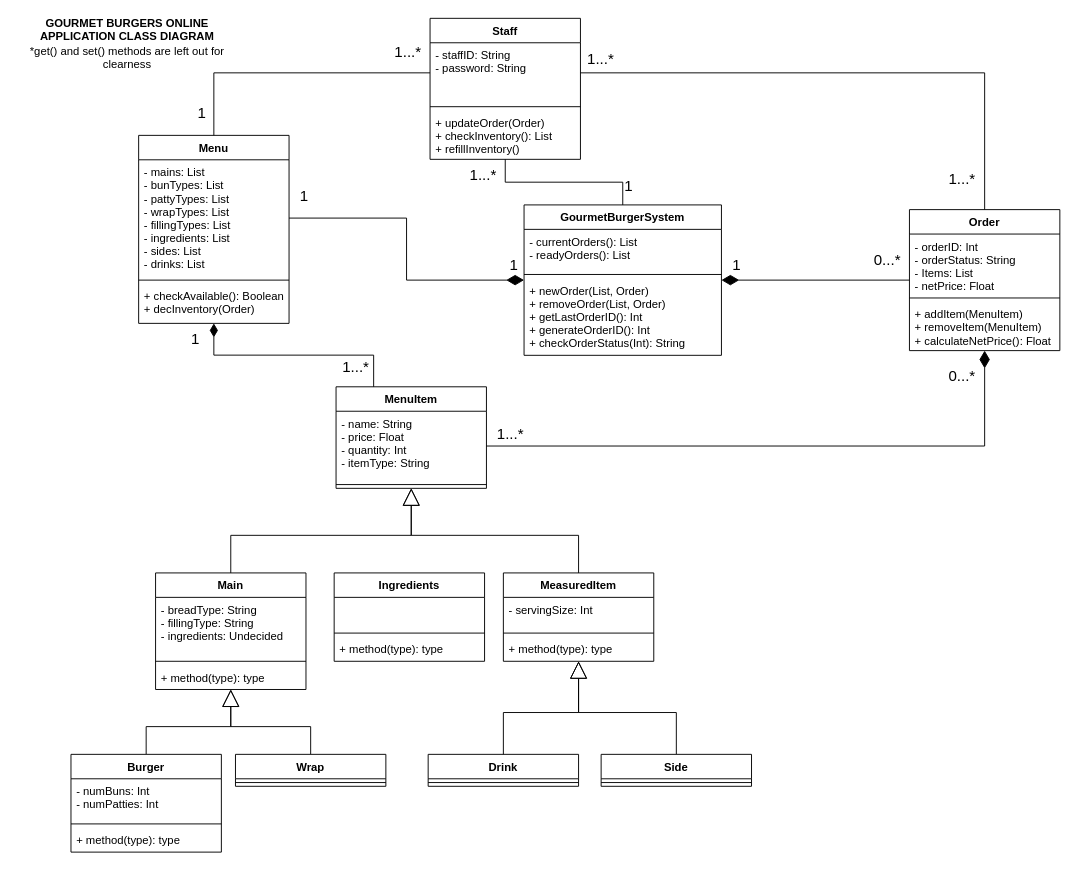
houdeanie/c1531-Burger-site keeps this draw.io diagram as docs/GourmetBurgersClassDiagram.drawio. Above is the earlier version. Source tidied: cells renumbered, new cells numbered last; positions are measured from the earlier drawing's top-left corner, leaving out a move shared by most shapes. Both pictures are drawn from the tidied source at 94%, with x=0, y=0 at pixel (16, 18).
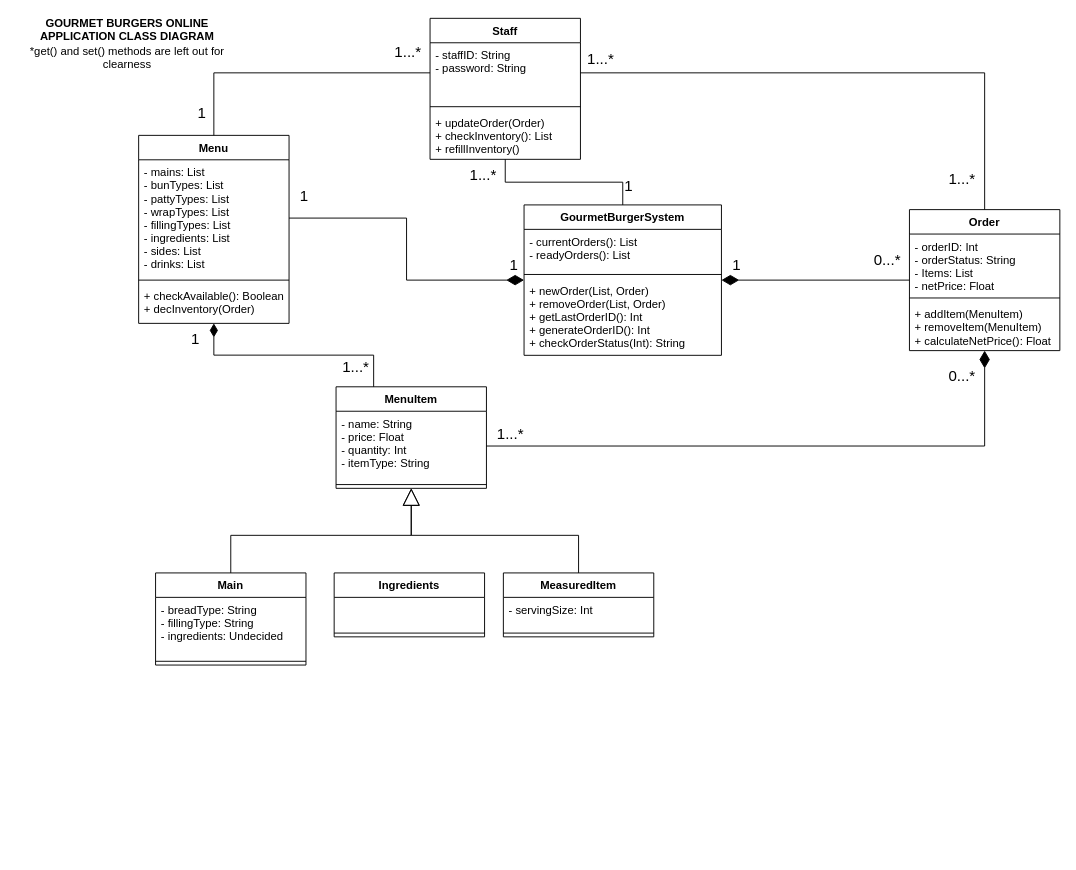
After the change.

Commit message:
modified class diagram. Simplified menu items

The change refers to these unchanged cells:
```xml
<mxCell id="43" style="group;" parent="1" vertex="1">
  <mxGeometry x="58" y="515" width="724" height="372" as="geometry" />
</mxCell>
```

Diff of the diagram source:
```diff
@@
     <mxCell id="44" value="Main" style="swimlane;fontStyle=1;align=center;verticalAlign=top;horizontal=1;startSize=26;" parent="43" vertex="1">
-      <mxGeometry x="90" y="75" width="160" height="124" as="geometry" />
+      <mxGeometry x="90" y="75" width="160" height="98" as="geometry" />
     </mxCell>
@@
-    <mxCell id="47" value="+ method(type): type" style="text;strokeColor=none;fillColor=none;align=left;verticalAlign=top;spacingLeft=4;spacingRight=4;overflow=hidden;" parent="44" vertex="1">
-      <mxGeometry y="98" width="160" height="26" as="geometry" />
-    </mxCell>
-    <mxCell id="48" style="edgeStyle=orthogonalEdgeStyle;rounded=0;jettySize=auto;html=1;startArrow=none;startFill=0;endArrow=block;endFill=0;endSize=16;strokeWidth=1;" parent="43" edge="1" source="49" target="44">
-      <mxGeometry relative="1" as="geometry" />
-    </mxCell>
-    <mxCell id="49" value="Burger" style="swimlane;fontStyle=1;align=center;verticalAlign=top;horizontal=1;startSize=26;" parent="43" vertex="1">
-      <mxGeometry y="268" width="160" height="104" as="geometry" />
-    </mxCell>
-    <mxCell id="50" value="- numBuns: Int &#10;- numPatties: Int&#10;" style="text;strokeColor=none;fillColor=none;align=left;verticalAlign=top;spacingLeft=4;spacingRight=4;overflow=hidden;" parent="49" vertex="1">
-      <mxGeometry y="26" width="160" height="44" as="geometry" />
-    </mxCell>
-    <mxCell id="51" style="line;strokeWidth=1;fillColor=none;align=left;verticalAlign=middle;spacingTop=-1;spacingLeft=3;spacingRight=3;labelPosition=right;" parent="49" vertex="1">
-      <mxGeometry y="70" width="160" height="8" as="geometry" />
-    </mxCell>
-    <mxCell id="52" value="+ method(type): type" style="text;strokeColor=none;fillColor=none;align=left;verticalAlign=top;spacingLeft=4;spacingRight=4;overflow=hidden;" parent="49" vertex="1">
-      <mxGeometry y="78" width="160" height="26" as="geometry" />
-    </mxCell>
-    <mxCell id="53" style="edgeStyle=orthogonalEdgeStyle;rounded=0;jettySize=auto;html=1;startArrow=none;startFill=0;endArrow=block;endFill=0;endSize=16;strokeWidth=1;" parent="43" edge="1" source="54" target="44">
-      <mxGeometry relative="1" as="geometry" />
-    </mxCell>
-    <mxCell id="54" value="Wrap" style="swimlane;fontStyle=1;align=center;verticalAlign=top;horizontal=1;startSize=26;" parent="43" vertex="1">
-      <mxGeometry x="175" y="268" width="160" height="34" as="geometry" />
-    </mxCell>
-    <mxCell id="55" style="line;strokeWidth=1;fillColor=none;align=left;verticalAlign=middle;spacingTop=-1;spacingLeft=3;spacingRight=3;labelPosition=right;" parent="54" vertex="1">
-      <mxGeometry y="26" width="160" height="8" as="geometry" />
-    </mxCell>
-    <mxCell id="56" value="Drink" style="swimlane;fontStyle=1;align=center;verticalAlign=top;horizontal=1;startSize=26;" parent="43" vertex="1">
-      <mxGeometry x="380" y="268" width="160" height="34" as="geometry" />
-    </mxCell>
-    <mxCell id="57" style="line;strokeWidth=1;fillColor=none;align=left;verticalAlign=middle;spacingTop=-1;spacingLeft=3;spacingRight=3;labelPosition=right;" parent="56" vertex="1">
-      <mxGeometry y="26" width="160" height="8" as="geometry" />
-    </mxCell>
     <mxCell id="58" value="MeasuredItem" style="swimlane;fontStyle=1;align=center;verticalAlign=top;horizontal=1;startSize=26;" parent="43" vertex="1">
-      <mxGeometry x="460" y="75" width="160" height="94" as="geometry" />
+      <mxGeometry x="460" y="75" width="160" height="68" as="geometry" />
     </mxCell>
@@
-    <mxCell id="61" value="+ method(type): type" style="text;strokeColor=none;fillColor=none;align=left;verticalAlign=top;spacingLeft=4;spacingRight=4;overflow=hidden;" parent="58" vertex="1">
-      <mxGeometry y="68" width="160" height="26" as="geometry" />
-    </mxCell>
-    <mxCell id="62" style="edgeStyle=orthogonalEdgeStyle;rounded=0;jettySize=auto;html=1;startArrow=none;startFill=0;endArrow=block;endFill=0;endSize=16;strokeWidth=1;" parent="43" edge="1" source="56" target="58">
-      <mxGeometry relative="1" as="geometry" />
-    </mxCell>
-    <mxCell id="63" style="edgeStyle=orthogonalEdgeStyle;rounded=0;jettySize=auto;html=1;exitX=0.5;exitY=0;exitDx=0;exitDy=0;startArrow=none;startFill=0;endArrow=block;endFill=0;endSize=16;strokeWidth=1;" parent="43" edge="1" source="64" target="58">
-      <mxGeometry relative="1" as="geometry" />
-    </mxCell>
-    <mxCell id="64" value="Side" style="swimlane;fontStyle=1;align=center;verticalAlign=top;horizontal=1;startSize=26;" parent="43" vertex="1">
-      <mxGeometry x="564" y="268" width="160" height="34" as="geometry" />
-    </mxCell>
-    <mxCell id="65" style="line;strokeWidth=1;fillColor=none;align=left;verticalAlign=middle;spacingTop=-1;spacingLeft=3;spacingRight=3;labelPosition=right;" parent="64" vertex="1">
-      <mxGeometry y="26" width="160" height="8" as="geometry" />
-    </mxCell>
     <mxCell id="66" value="Ingredients" style="swimlane;fontStyle=1;align=center;verticalAlign=top;horizontal=1;startSize=26;" parent="43" vertex="1">
-      <mxGeometry x="280" y="75" width="160" height="94" as="geometry" />
+      <mxGeometry x="280" y="75" width="160" height="68" as="geometry" />
     </mxCell>
@@
-    <mxCell id="69" value="+ method(type): type" style="text;strokeColor=none;fillColor=none;align=left;verticalAlign=top;spacingLeft=4;spacingRight=4;overflow=hidden;" parent="66" vertex="1">
-      <mxGeometry y="68" width="160" height="26" as="geometry" />
-    </mxCell>
```
